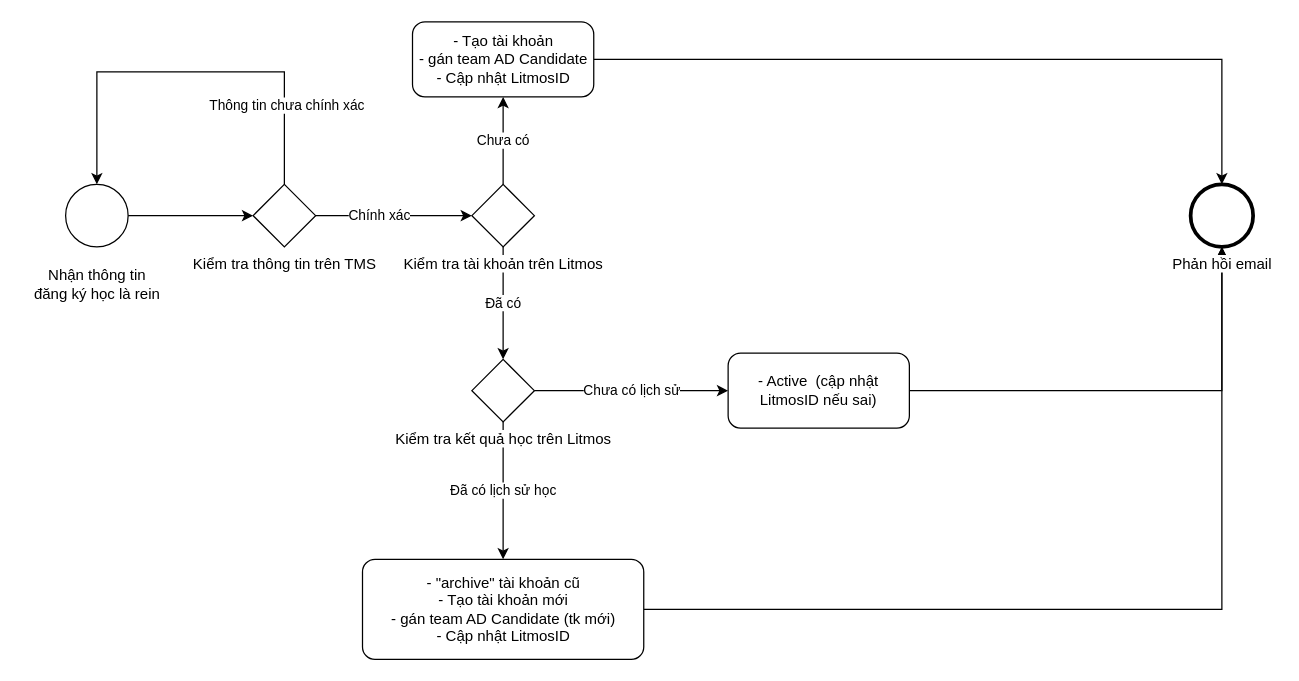
The draw.io diagram page "2 profile" (1 of 2) of fcurrent_rein.drawio in thanhluandhsp/litmos, before the edit. Source tidied: cells renumbered, new cells numbered last; positions are measured from the earlier drawing's top-left corner, leaving out a move shared by most shapes. Both pictures are drawn from the tidied source at 125%, with x=0, y=0 at pixel (21, 21).
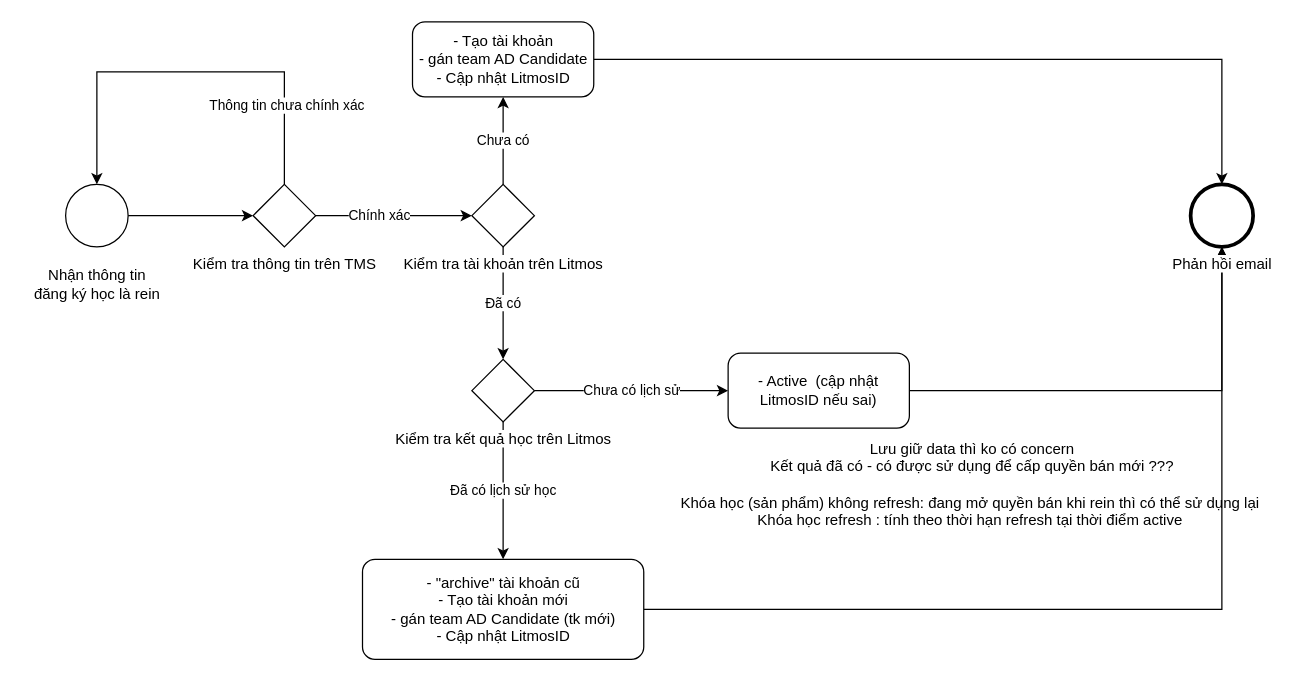
The same diagram, later.

The edit, as a diff of the source:
```diff
@@
+    <mxCell id="23" value="Lưu giữ data thì ko có concern&lt;br&gt;Kết quả đã có - có được sử dụng để cấp quyền bán mới ???&lt;br&gt;&lt;br&gt;Khóa học (sản phẩm) không refresh: đang mở quyền bán khi rein thì có thể sử dụng lại&amp;nbsp;&lt;br&gt;Khóa học refresh : tính theo thời hạn refresh tại thời điểm active&amp;nbsp;" style="text;html=1;align=center;verticalAlign=middle;strokeColor=none;fillColor=none;" parent="1" vertex="1">
+      <mxGeometry x="515" y="325" width="490" height="90" as="geometry" />
+    </mxCell>
```
